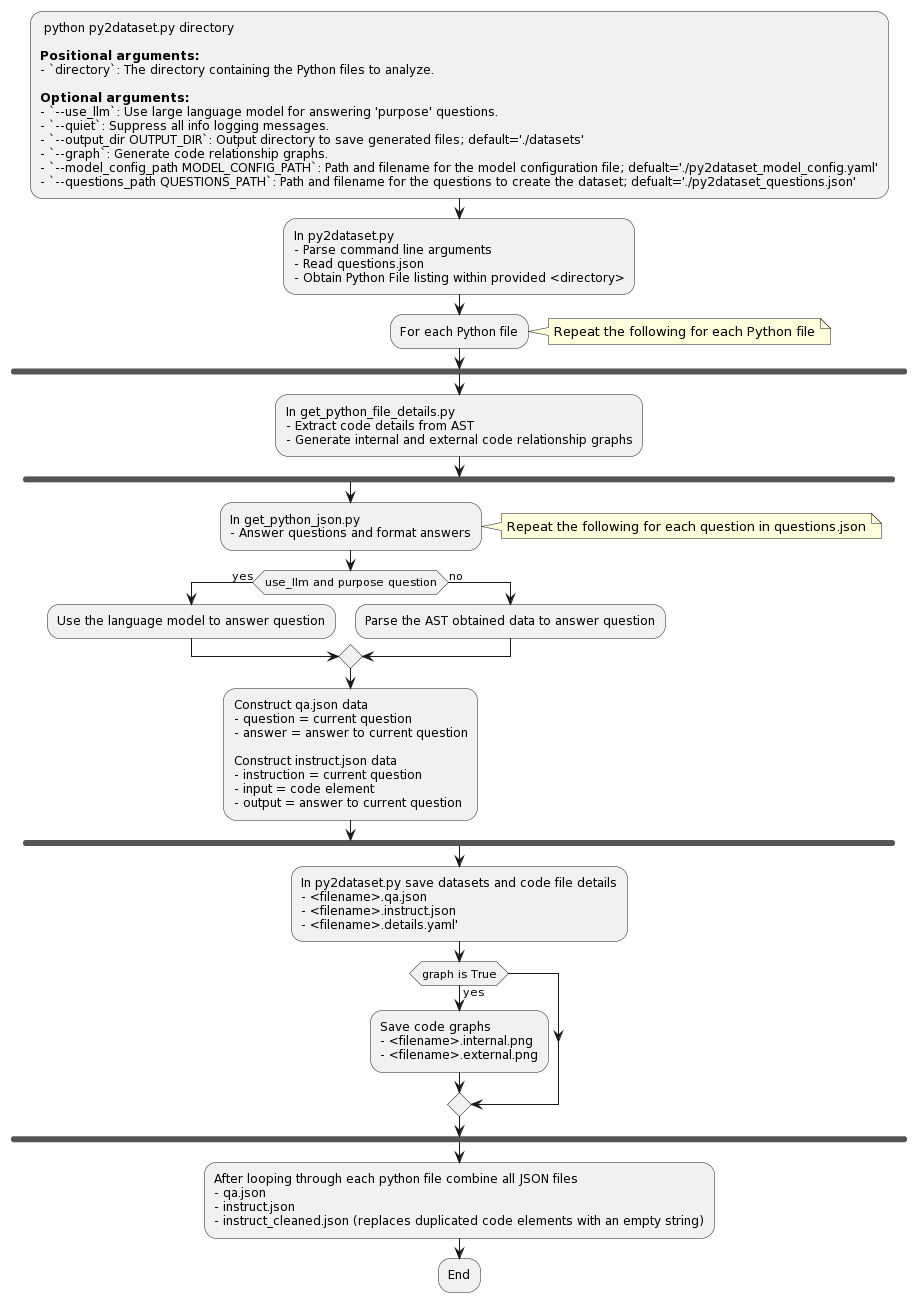
Before: py2dataset.png, a diagram exported from PlantUML (jeffmeloy/py2dataset).
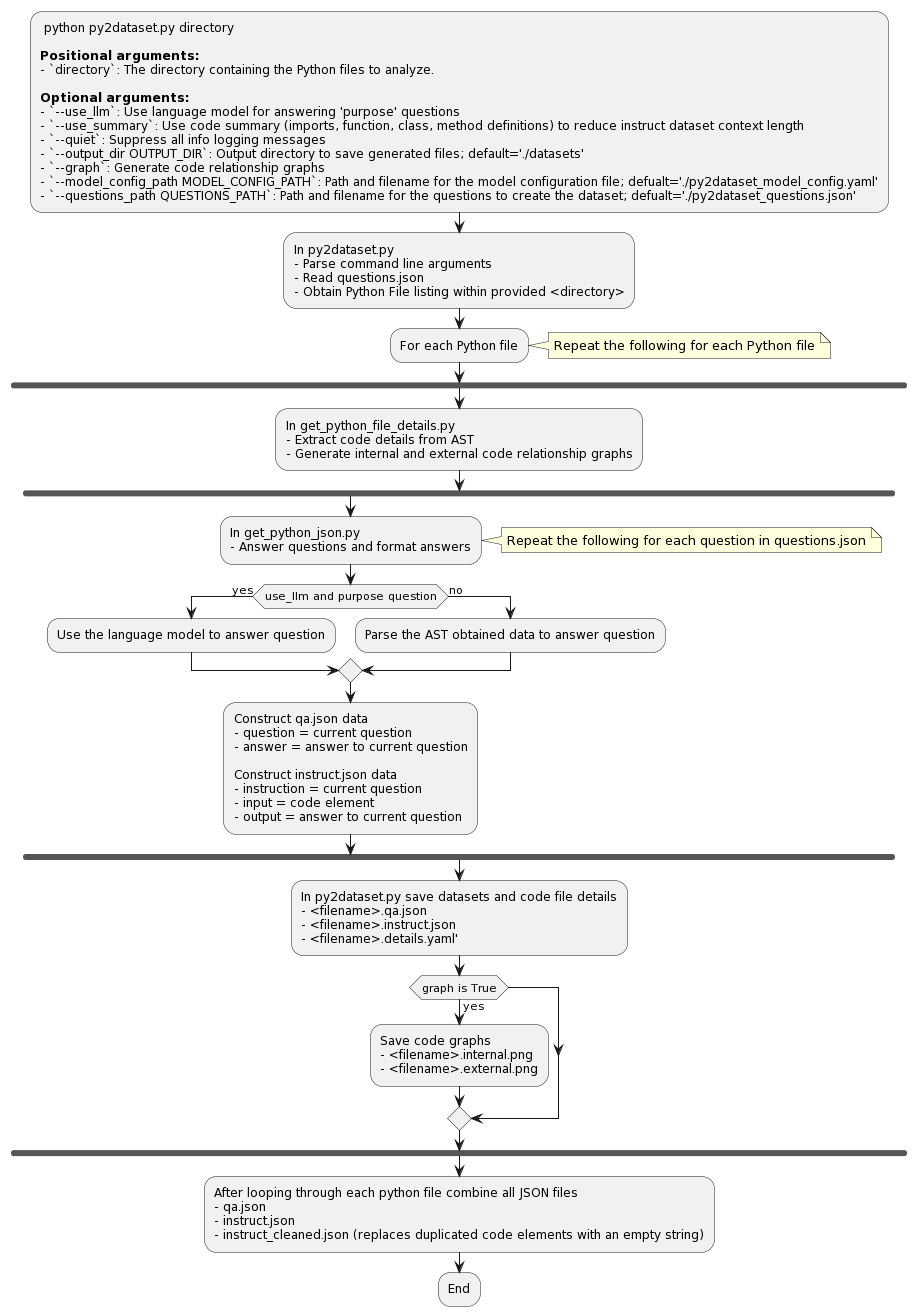
The same diagram one commit later.

Diff of the diagram source:
```diff
@@ -5,10 +5,11 @@
 - `directory`: The directory containing the Python files to analyze.
 
 **Optional arguments:**
-- `--use_llm`: Use large language model for answering 'purpose' questions.
-- `--quiet`: Suppress all info logging messages.
+- `--use_llm`: Use language model for answering 'purpose' questions
+- `--use_summary`: Use code summary (imports, function, class, method definitions) to reduce instruct dataset context length
+- `--quiet`: Suppress all info logging messages
 - `--output_dir OUTPUT_DIR`: Output directory to save generated files; default='./datasets'
-- `--graph`: Generate code relationship graphs.
+- `--graph`: Generate code relationship graphs
 - `--model_config_path MODEL_CONFIG_PATH`: Path and filename for the model configuration file; defualt='./py2dataset_model_config.yaml'
 - `--questions_path QUESTIONS_PATH`: Path and filename for the questions to create the dataset; defualt='./py2dataset_questions.json';
 :In py2dataset.py
```
